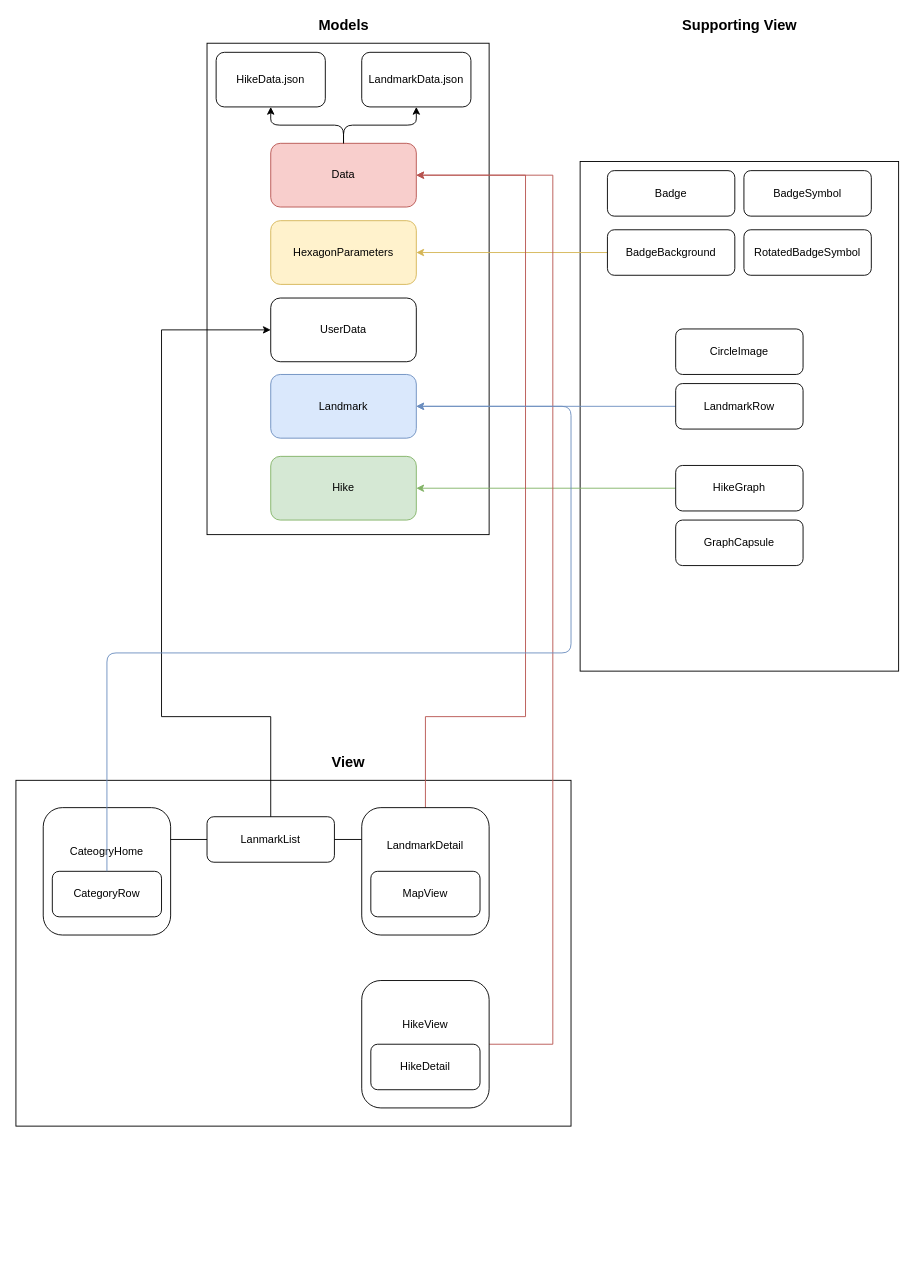
kiryun/iOS-SwiftUI_tuto keeps this draw.io diagram as readme.drawio. Above is the earlier version. Source tidied: cells renumbered, new cells numbered last; positions are measured from the earlier drawing's top-left corner, leaving out a move shared by most shapes. Both pictures are drawn from the tidied source at 91%, with x=0, y=0 at pixel (15, 15).
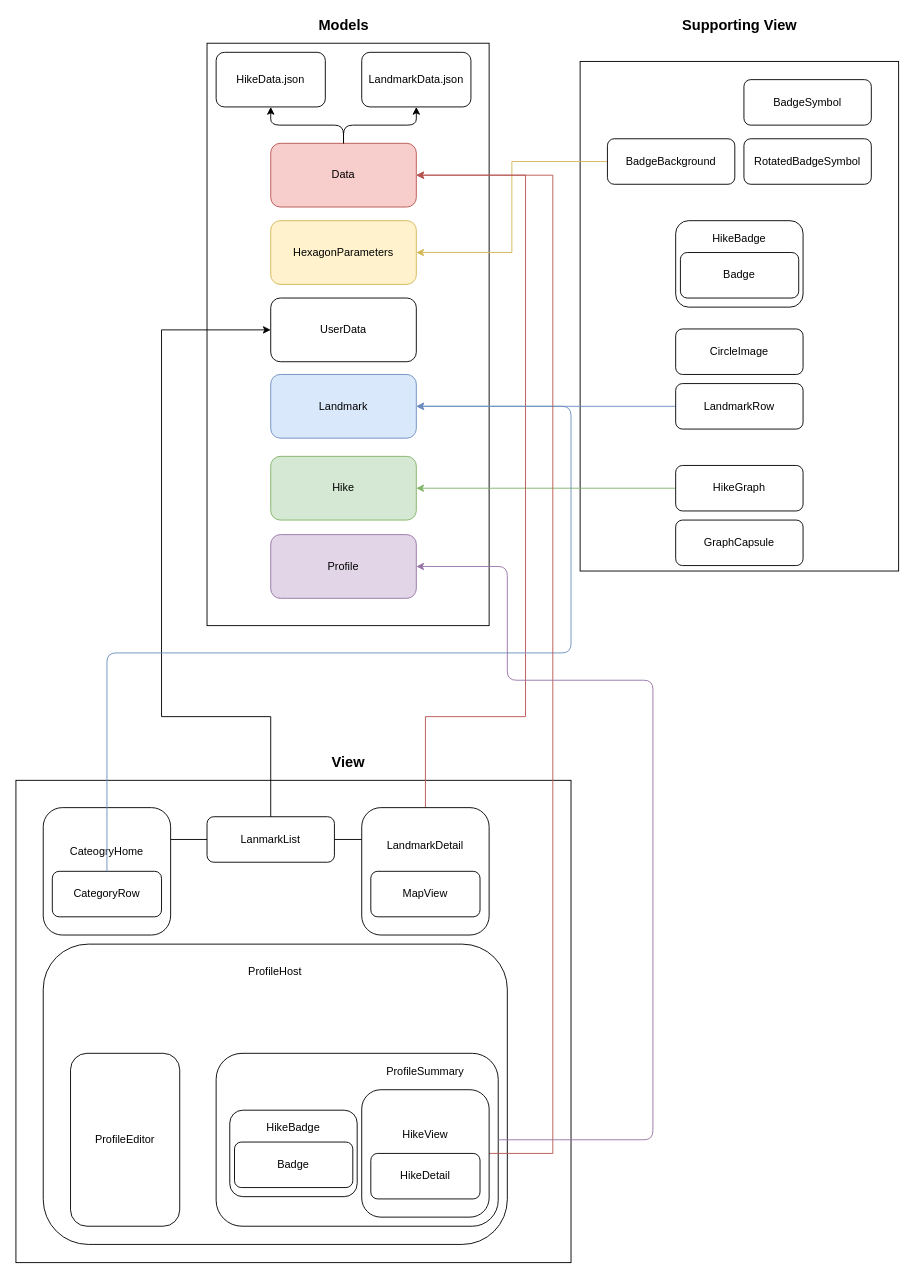
The same page after the edit.

The change refers to these unchanged cells:
```xml
<mxCell id="6" value="Data" style="rounded=1;whiteSpace=wrap;html=1;fillColor=#f8cecc;strokeColor=#b85450;" parent="1" vertex="1">
  <mxGeometry x="280" y="140" width="160" height="70" as="geometry" />
</mxCell>
```

The edit, as a diff of the source:
```diff
@@
     <mxCell id="2" style="rounded=0;whiteSpace=wrap;html=1;" parent="1" vertex="1">
-      <mxGeometry x="620" y="160" width="350" height="560" as="geometry" />
+      <mxGeometry x="620" y="50" width="350" height="560" as="geometry" />
     </mxCell>
     <mxCell id="3" style="rounded=0;whiteSpace=wrap;html=1;" parent="1" vertex="1">
-      <mxGeometry x="210" y="30" width="310" height="540" as="geometry" />
+      <mxGeometry x="210" y="30" width="310" height="640" as="geometry" />
     </mxCell>
@@
-    <mxCell id="14" value="Badge" style="rounded=1;whiteSpace=wrap;html=1;" parent="1" vertex="1">
-      <mxGeometry x="650" y="170" width="140" height="50" as="geometry" />
-    </mxCell>
@@
     <mxCell id="16" value="BadgeBackground" style="rounded=1;whiteSpace=wrap;html=1;" parent="1" vertex="1">
-      <mxGeometry x="650" y="235" width="140" height="50" as="geometry" />
+      <mxGeometry x="650" y="135" width="140" height="50" as="geometry" />
     </mxCell>
     <mxCell id="17" value="BadgeSymbol" style="rounded=1;whiteSpace=wrap;html=1;" parent="1" vertex="1">
-      <mxGeometry x="800" y="170" width="140" height="50" as="geometry" />
+      <mxGeometry x="800" y="70" width="140" height="50" as="geometry" />
     </mxCell>
     <mxCell id="18" value="RotatedBadgeSymbol" style="rounded=1;whiteSpace=wrap;html=1;" parent="1" vertex="1">
-      <mxGeometry x="800" y="235" width="140" height="50" as="geometry" />
+      <mxGeometry x="800" y="135" width="140" height="50" as="geometry" />
     </mxCell>
@@
     <mxCell id="26" style="rounded=0;whiteSpace=wrap;html=1;" parent="1" vertex="1">
-      <mxGeometry y="840" width="610" height="380" as="geometry" />
+      <mxGeometry y="840" width="610" height="530" as="geometry" />
     </mxCell>
@@
-    <mxCell id="33" style="edgeStyle=orthogonalEdgeStyle;rounded=0;jettySize=auto;html=1;entryX=1;entryY=0.5;entryDx=0;entryDy=0;fillColor=#f8cecc;strokeColor=#b85450;" parent="1" edge="1" source="34" target="6">
-      <mxGeometry relative="1" as="geometry">
-        <Array as="points">
-          <mxPoint x="590" y="1130" />
-          <mxPoint x="590" y="175" />
-        </Array>
-      </mxGeometry>
-    </mxCell>
-    <mxCell id="34" value="HikeView&lt;br&gt;&lt;br&gt;&lt;br&gt;&lt;br&gt;" style="rounded=1;whiteSpace=wrap;html=1;" parent="1" vertex="1">
-      <mxGeometry x="380" y="1060" width="140" height="140" as="geometry" />
-    </mxCell>
-    <mxCell id="35" value="HikeDetail" style="rounded=1;whiteSpace=wrap;html=1;" parent="1" vertex="1">
-      <mxGeometry x="390" y="1130" width="120" height="50" as="geometry" />
-    </mxCell>
@@
+    <mxCell id="41" value="HikeBadge&lt;br&gt;&lt;br&gt;&lt;br&gt;&lt;br&gt;&lt;br&gt;" style="rounded=1;whiteSpace=wrap;html=1;" parent="1" vertex="1">
+      <mxGeometry x="725" y="225" width="140" height="95" as="geometry" />
+    </mxCell>
+    <mxCell id="42" style="rounded=1;whiteSpace=wrap;html=1;" parent="1" vertex="1">
+      <mxGeometry x="30" y="1020" width="510" height="330" as="geometry" />
+    </mxCell>
+    <mxCell id="43" style="rounded=1;whiteSpace=wrap;html=1;" parent="1" vertex="1">
+      <mxGeometry x="220" y="1140" width="310" height="190" as="geometry" />
+    </mxCell>
+    <mxCell id="33" style="edgeStyle=orthogonalEdgeStyle;rounded=0;jettySize=auto;html=1;entryX=1;entryY=0.5;entryDx=0;entryDy=0;fillColor=#f8cecc;strokeColor=#b85450;exitX=1;exitY=0.5;exitDx=0;exitDy=0;" parent="1" edge="1" source="34" target="6">
+      <mxGeometry relative="1" as="geometry">
+        <Array as="points">
+          <mxPoint x="590" y="1250" />
+          <mxPoint x="590" y="175" />
+        </Array>
+      </mxGeometry>
+    </mxCell>
+    <mxCell id="34" value="HikeView&lt;br&gt;&lt;br&gt;&lt;br&gt;&lt;br&gt;" style="rounded=1;whiteSpace=wrap;html=1;" parent="1" vertex="1">
+      <mxGeometry x="380" y="1180" width="140" height="140" as="geometry" />
+    </mxCell>
+    <mxCell id="35" value="HikeDetail" style="rounded=1;whiteSpace=wrap;html=1;" parent="1" vertex="1">
+      <mxGeometry x="390" y="1250" width="120" height="50" as="geometry" />
+    </mxCell>
+    <mxCell id="44" value="ProfileSummary" style="text;html=1;strokeColor=none;fillColor=none;align=center;verticalAlign=middle;whiteSpace=wrap;rounded=0;" parent="1" vertex="1">
+      <mxGeometry x="430" y="1150" width="40" height="20" as="geometry" />
+    </mxCell>
+    <mxCell id="45" value="Badge" style="rounded=1;whiteSpace=wrap;html=1;" parent="1" vertex="1">
+      <mxGeometry x="730.2" y="260" width="130" height="50" as="geometry" />
+    </mxCell>
+    <mxCell id="46" value="HikeBadge&lt;br&gt;&lt;br&gt;&lt;br&gt;&lt;br&gt;&lt;br&gt;" style="rounded=1;whiteSpace=wrap;html=1;" parent="1" vertex="1">
+      <mxGeometry x="235" y="1202.5" width="140" height="95" as="geometry" />
+    </mxCell>
+    <mxCell id="47" value="Badge" style="rounded=1;whiteSpace=wrap;html=1;" parent="1" vertex="1">
+      <mxGeometry x="240.2" y="1237.5" width="130" height="50" as="geometry" />
+    </mxCell>
+    <mxCell id="48" value="ProfileHost" style="text;html=1;strokeColor=none;fillColor=none;align=center;verticalAlign=middle;whiteSpace=wrap;rounded=0;" parent="1" vertex="1">
+      <mxGeometry x="265" y="1040" width="40" height="20" as="geometry" />
+    </mxCell>
+    <mxCell id="49" value="ProfileEditor" style="rounded=1;whiteSpace=wrap;html=1;" parent="1" vertex="1">
+      <mxGeometry x="60" y="1140" width="120" height="190" as="geometry" />
+    </mxCell>
+    <mxCell id="50" value="Profile" style="rounded=1;whiteSpace=wrap;html=1;fillColor=#e1d5e7;strokeColor=#9673a6;" parent="1" vertex="1">
+      <mxGeometry x="280" y="570" width="160" height="70" as="geometry" />
+    </mxCell>
+    <mxCell id="51" style="endArrow=classic;html=1;exitX=1;exitY=0.5;exitDx=0;exitDy=0;entryX=1;entryY=0.5;entryDx=0;entryDy=0;fillColor=#e1d5e7;strokeColor=#9673a6;" parent="1" edge="1" source="43" target="50">
+      <mxGeometry relative="1" as="geometry">
+        <Array as="points">
+          <mxPoint x="700" y="1235" />
+          <mxPoint x="700" y="730" />
+          <mxPoint x="540" y="730" />
+          <mxPoint x="540" y="605" />
+        </Array>
+      </mxGeometry>
+    </mxCell>
```
